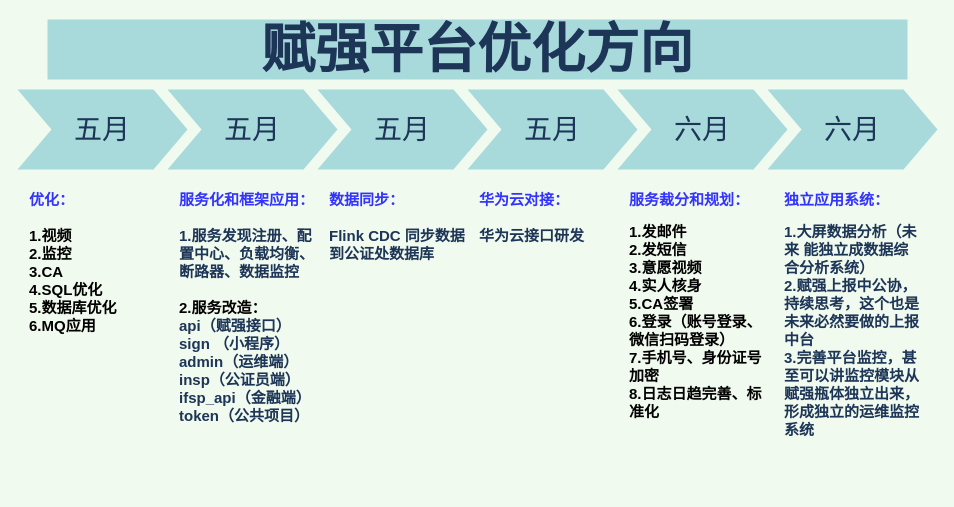
Above: page "Page-2" (1 of 2) of 赋强平台优化方案.drawio in wuyongfeng/wuyongfeng (draw.io), before the change. Source tidied: cells renumbered, new cells numbered last; positions are measured from the earlier drawing's top-left corner, leaving out a move shared by most shapes. Both pictures are drawn from the tidied source at 100%, with x=0, y=0 at pixel (17, 19).
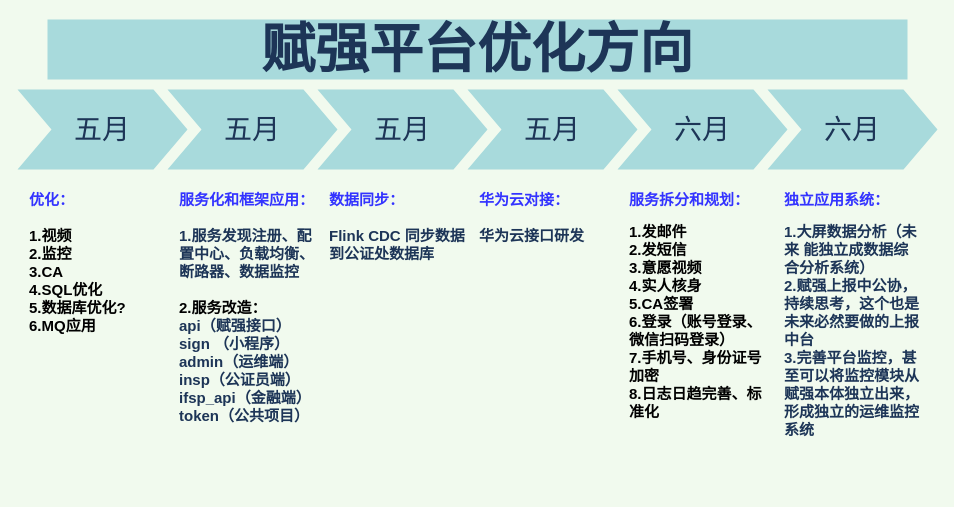
Above is the later version.

Commit message:
Update 赋强平台优化方案.drawio

What changed in the source:
```diff
@@
 <mxGraphModel background="#F1FAEE">
   <root>
     <mxCell id="0" />
     <mxCell id="1" parent="0" />
     <mxCell id="2" value="五月" style="shape=step;whiteSpace=wrap;html=1;fontSize=28;fillColor=#A8DADC;fontColor=#1D3557;strokeColor=none;" parent="1" vertex="1">
       <mxGeometry y="70" width="170" height="80" as="geometry" />
     </mxCell>
     <mxCell id="3" value="五月" style="shape=step;whiteSpace=wrap;html=1;fontSize=28;fillColor=#A8DADC;fontColor=#1D3557;strokeColor=none;" parent="1" vertex="1">
       <mxGeometry x="150" y="70" width="170" height="80" as="geometry" />
     </mxCell>
     <mxCell id="4" value="五月" style="shape=step;whiteSpace=wrap;html=1;fontSize=28;fillColor=#A8DADC;fontColor=#1D3557;strokeColor=none;" parent="1" vertex="1">
       <mxGeometry x="300" y="70" width="170" height="80" as="geometry" />
     </mxCell>
     <mxCell id="5" value="五月" style="shape=step;whiteSpace=wrap;html=1;fontSize=28;fillColor=#A8DADC;fontColor=#1D3557;strokeColor=none;" parent="1" vertex="1">
       <mxGeometry x="450" y="70" width="170" height="80" as="geometry" />
     </mxCell>
     <mxCell id="6" value="六月" style="shape=step;whiteSpace=wrap;html=1;fontSize=28;fillColor=#A8DADC;fontColor=#1D3557;strokeColor=none;" parent="1" vertex="1">
       <mxGeometry x="600" y="70" width="170" height="80" as="geometry" />
     </mxCell>
     <mxCell id="7" value="六月" style="shape=step;whiteSpace=wrap;html=1;fontSize=28;fillColor=#A8DADC;fontColor=#1D3557;strokeColor=none;" parent="1" vertex="1">
       <mxGeometry x="750" y="70" width="170" height="80" as="geometry" />
     </mxCell>
     <mxCell id="8" value="赋强平台优化方向" style="text;html=1;strokeColor=none;fillColor=#A8DADC;align=center;verticalAlign=middle;whiteSpace=wrap;fontSize=54;fontStyle=1;fontColor=#1D3557;" parent="1" vertex="1">
       <mxGeometry x="30" width="860" height="60" as="geometry" />
     </mxCell>
-    <mxCell id="9" value="&lt;div style=&quot;font-size: 15px&quot;&gt;&lt;font color=&quot;#3333ff&quot;&gt;优化：&lt;/font&gt;&lt;br&gt;&lt;br&gt;&lt;/div&gt;&lt;div style=&quot;font-size: 15px&quot;&gt;1.视频&lt;/div&gt;&lt;div style=&quot;font-size: 15px&quot;&gt;2.监控&lt;/div&gt;&lt;div style=&quot;font-size: 15px&quot;&gt;3.CA&lt;/div&gt;&lt;div style=&quot;font-size: 15px&quot;&gt;4.SQL优化&lt;/div&gt;&lt;div style=&quot;font-size: 15px&quot;&gt;5.数据库优化&lt;/div&gt;&lt;div style=&quot;font-size: 15px&quot;&gt;6.MQ应用&lt;/div&gt;" style="text;spacingTop=-5;fillColor=default;whiteSpace=wrap;html=1;align=left;fontSize=15;fontFamily=Helvetica;fillColor=none;strokeColor=none;verticalAlign=top;horizontal=1;labelPosition=center;verticalLabelPosition=middle;fontStyle=1;labelBorderColor=none;" parent="1" vertex="1">
+    <mxCell id="9" value="&lt;div style=&quot;font-size: 15px&quot;&gt;&lt;font color=&quot;#3333ff&quot;&gt;优化：&lt;/font&gt;&lt;br&gt;&lt;br&gt;&lt;/div&gt;&lt;div style=&quot;font-size: 15px&quot;&gt;1.视频&lt;/div&gt;&lt;div style=&quot;font-size: 15px&quot;&gt;2.监控&lt;/div&gt;&lt;div style=&quot;font-size: 15px&quot;&gt;3.CA&lt;/div&gt;&lt;div style=&quot;font-size: 15px&quot;&gt;4.SQL优化&lt;/div&gt;&lt;div style=&quot;font-size: 15px&quot;&gt;5.数据库优化?&lt;/div&gt;&lt;div style=&quot;font-size: 15px&quot;&gt;6.MQ应用&lt;/div&gt;" style="text;spacingTop=-5;fillColor=default;whiteSpace=wrap;html=1;align=left;fontSize=15;fontFamily=Helvetica;fillColor=none;strokeColor=none;verticalAlign=top;horizontal=1;labelPosition=center;verticalLabelPosition=middle;fontStyle=1;labelBorderColor=none;" parent="1" vertex="1">
       <mxGeometry x="10" y="170" width="140" height="230" as="geometry" />
     </mxCell>
     <mxCell id="10" value="&lt;div&gt;&lt;font color=&quot;#3333ff&quot;&gt;服务化和框架应用：&lt;/font&gt;&lt;/div&gt;&lt;div style=&quot;color: rgb(0 , 0 , 0)&quot;&gt;&lt;br&gt;&lt;/div&gt;&lt;div style=&quot;color: rgb(0 , 0 , 0)&quot;&gt;&lt;span style=&quot;color: rgb(29 , 53 , 87)&quot;&gt;1.服务发现注册、配置中心、负载均衡、断路器、数据监控&lt;/span&gt;&lt;br&gt;&lt;/div&gt;&lt;div style=&quot;color: rgb(0 , 0 , 0)&quot;&gt;&lt;br&gt;&lt;/div&gt;&lt;div style=&quot;color: rgb(0 , 0 , 0)&quot;&gt;2.服务改造：&lt;/div&gt;&lt;div&gt;api（赋强接口）&lt;/div&gt;&lt;div&gt;sign （小程序）&lt;/div&gt;&lt;div&gt;admin（运维端）&lt;/div&gt;&lt;div&gt;insp（公证员端）&lt;/div&gt;&lt;div&gt;ifsp_api（金融端）&lt;/div&gt;&lt;span&gt;token（公共项目）&lt;/span&gt;&lt;br&gt;&lt;div style=&quot;color: rgb(0 , 0 , 0)&quot;&gt;&lt;br&gt;&lt;/div&gt;" style="text;spacingTop=-5;fillColor=#ffffff;whiteSpace=wrap;html=1;align=left;fontSize=15;fontFamily=Helvetica;fillColor=none;strokeColor=none;fontColor=#1D3557;fontStyle=1;" parent="1" vertex="1">
       <mxGeometry x="160" y="170" width="140" height="300" as="geometry" />
     </mxCell>
     <mxCell id="11" value="&lt;b style=&quot;font-size: 15px&quot;&gt;&lt;font color=&quot;#3333ff&quot;&gt;数据同步：&lt;/font&gt;&lt;br&gt;&lt;br&gt;Flink CDC 同步数据到公证处数据库&lt;/b&gt;" style="text;spacingTop=-5;fillColor=#ffffff;whiteSpace=wrap;html=1;align=left;fontSize=12;fontFamily=Helvetica;fillColor=none;strokeColor=none;fontColor=#1D3557;" parent="1" vertex="1">
       <mxGeometry x="310" y="170" width="140" height="300" as="geometry" />
     </mxCell>
     <mxCell id="12" value="&lt;b style=&quot;font-size: 15px&quot;&gt;&lt;font color=&quot;#3333ff&quot;&gt;华为云对接：&lt;/font&gt;&lt;br&gt;&lt;br&gt;华为云接口研发&lt;br&gt;&lt;/b&gt;" style="text;spacingTop=-5;fillColor=#ffffff;whiteSpace=wrap;html=1;align=left;fontSize=12;fontFamily=Helvetica;fillColor=none;strokeColor=none;fontColor=#1D3557;" parent="1" vertex="1">
       <mxGeometry x="460" y="170" width="140" height="280" as="geometry" />
     </mxCell>
-    <mxCell id="13" value="&lt;span style=&quot;font-size: 15px&quot;&gt;&lt;b&gt;&lt;font color=&quot;#3333ff&quot;&gt;服务裁分和规划：&lt;/font&gt;&lt;/b&gt;&lt;/span&gt;&lt;br&gt;&lt;br&gt;&lt;div&gt;&lt;div style=&quot;font-size: 15px ; font-weight: 700 ; color: rgb(0 , 0 , 0)&quot;&gt;1.发邮件&lt;/div&gt;&lt;div style=&quot;font-size: 15px ; font-weight: 700 ; color: rgb(0 , 0 , 0)&quot;&gt;2.发短信&lt;/div&gt;&lt;div style=&quot;font-size: 15px ; font-weight: 700 ; color: rgb(0 , 0 , 0)&quot;&gt;3.意愿视频&lt;/div&gt;&lt;div style=&quot;font-size: 15px ; font-weight: 700 ; color: rgb(0 , 0 , 0)&quot;&gt;4.实人核身&lt;/div&gt;&lt;div style=&quot;font-size: 15px ; font-weight: 700 ; color: rgb(0 , 0 , 0)&quot;&gt;5.CA签署&lt;/div&gt;&lt;div style=&quot;font-size: 15px ; font-weight: 700 ; color: rgb(0 , 0 , 0)&quot;&gt;6.登录（账号登录、微信扫码登录）&lt;/div&gt;&lt;div style=&quot;font-size: 15px ; font-weight: 700 ; color: rgb(0 , 0 , 0)&quot;&gt;7.手机号、身份证号加密&lt;/div&gt;&lt;div style=&quot;font-size: 15px ; font-weight: 700 ; color: rgb(0 , 0 , 0)&quot;&gt;8.日志日趋完善、标准化&lt;/div&gt;&lt;/div&gt;" style="text;spacingTop=-5;fillColor=#ffffff;whiteSpace=wrap;html=1;align=left;fontSize=12;fontFamily=Helvetica;fillColor=none;strokeColor=none;fontColor=#1D3557;" parent="1" vertex="1">
+    <mxCell id="13" value="&lt;span style=&quot;font-size: 15px&quot;&gt;&lt;b&gt;&lt;font color=&quot;#3333ff&quot;&gt;服务拆分和规划：&lt;/font&gt;&lt;/b&gt;&lt;/span&gt;&lt;br&gt;&lt;br&gt;&lt;div&gt;&lt;div style=&quot;font-size: 15px ; font-weight: 700 ; color: rgb(0 , 0 , 0)&quot;&gt;1.发邮件&lt;/div&gt;&lt;div style=&quot;font-size: 15px ; font-weight: 700 ; color: rgb(0 , 0 , 0)&quot;&gt;2.发短信&lt;/div&gt;&lt;div style=&quot;font-size: 15px ; font-weight: 700 ; color: rgb(0 , 0 , 0)&quot;&gt;3.意愿视频&lt;/div&gt;&lt;div style=&quot;font-size: 15px ; font-weight: 700 ; color: rgb(0 , 0 , 0)&quot;&gt;4.实人核身&lt;/div&gt;&lt;div style=&quot;font-size: 15px ; font-weight: 700 ; color: rgb(0 , 0 , 0)&quot;&gt;5.CA签署&lt;/div&gt;&lt;div style=&quot;font-size: 15px ; font-weight: 700 ; color: rgb(0 , 0 , 0)&quot;&gt;6.登录（账号登录、微信扫码登录）&lt;/div&gt;&lt;div style=&quot;font-size: 15px ; font-weight: 700 ; color: rgb(0 , 0 , 0)&quot;&gt;7.手机号、身份证号加密&lt;/div&gt;&lt;div style=&quot;font-size: 15px ; font-weight: 700 ; color: rgb(0 , 0 , 0)&quot;&gt;8.日志日趋完善、标准化&lt;/div&gt;&lt;/div&gt;" style="text;spacingTop=-5;fillColor=#ffffff;whiteSpace=wrap;html=1;align=left;fontSize=12;fontFamily=Helvetica;fillColor=none;strokeColor=none;fontColor=#1D3557;" parent="1" vertex="1">
       <mxGeometry x="610" y="170" width="140" height="230" as="geometry" />
     </mxCell>
-    <mxCell id="14" value="&lt;span style=&quot;font-size: 15px&quot;&gt;&lt;b&gt;&lt;font color=&quot;#3333ff&quot;&gt;独立应用系统：&lt;/font&gt;&lt;/b&gt;&lt;/span&gt;&lt;br&gt;&lt;br&gt;&lt;div&gt;&lt;span style=&quot;font-size: 15px&quot;&gt;&lt;b&gt;1.大屏数据分析（未来 能独立成数据综合分析系统）&lt;/b&gt;&lt;/span&gt;&lt;/div&gt;&lt;div&gt;&lt;span style=&quot;font-size: 15px&quot;&gt;&lt;b&gt;2.赋强上报中公协，持续思考，这个也是未来必然要做的上报中台&lt;/b&gt;&lt;/span&gt;&lt;/div&gt;&lt;span style=&quot;font-size: 15px&quot;&gt;&lt;b&gt;3.完善平台监控，甚至可以讲监控模块从赋强瓶体独立出来，形成独立的运维监控系统&lt;/b&gt;&lt;/span&gt;" style="text;spacingTop=-5;fillColor=#ffffff;whiteSpace=wrap;html=1;align=left;fontSize=12;fontFamily=Helvetica;fillColor=none;strokeColor=none;fontColor=#1D3557;" parent="1" vertex="1">
+    <mxCell id="14" value="&lt;span style=&quot;font-size: 15px&quot;&gt;&lt;b&gt;&lt;font color=&quot;#3333ff&quot;&gt;独立应用系统：&lt;/font&gt;&lt;/b&gt;&lt;/span&gt;&lt;br&gt;&lt;br&gt;&lt;div&gt;&lt;span style=&quot;font-size: 15px&quot;&gt;&lt;b&gt;1.大屏数据分析（未来 能独立成数据综合分析系统）&lt;/b&gt;&lt;/span&gt;&lt;/div&gt;&lt;div&gt;&lt;span style=&quot;font-size: 15px&quot;&gt;&lt;b&gt;2.赋强上报中公协，持续思考，这个也是未来必然要做的上报中台&lt;/b&gt;&lt;/span&gt;&lt;/div&gt;&lt;span style=&quot;font-size: 15px&quot;&gt;&lt;b&gt;3.完善平台监控，甚至可以将监控模块从赋强本体独立出来，形成独立的运维监控系统&lt;/b&gt;&lt;/span&gt;" style="text;spacingTop=-5;fillColor=#ffffff;whiteSpace=wrap;html=1;align=left;fontSize=12;fontFamily=Helvetica;fillColor=none;strokeColor=none;fontColor=#1D3557;" parent="1" vertex="1">
       <mxGeometry x="765" y="170" width="140" height="220" as="geometry" />
     </mxCell>
   </root>
 </mxGraphModel>
```
